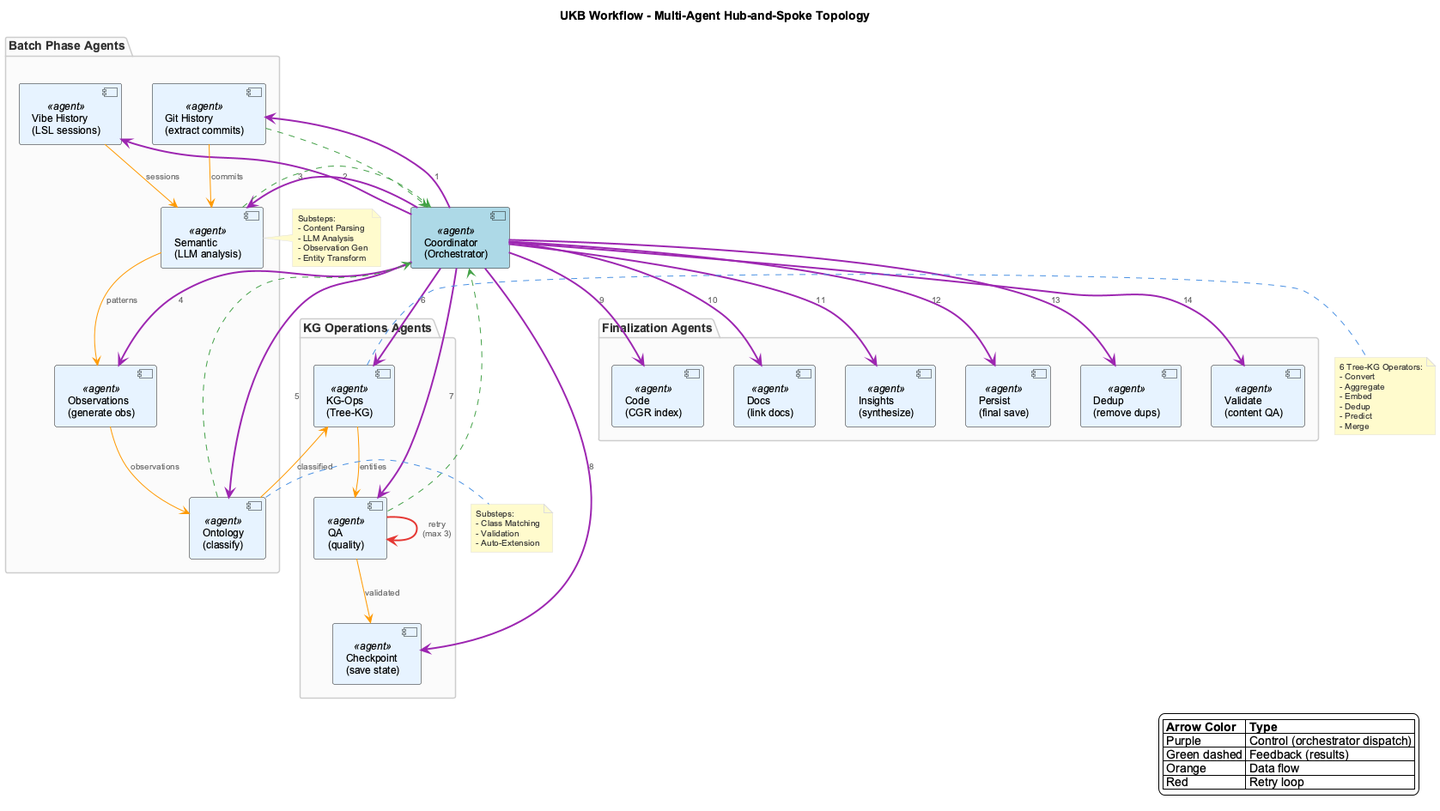
Above: docs/images/ukb-workflow-multi-agent-topology.png in fwornle/coding (PlantUML), before the change.
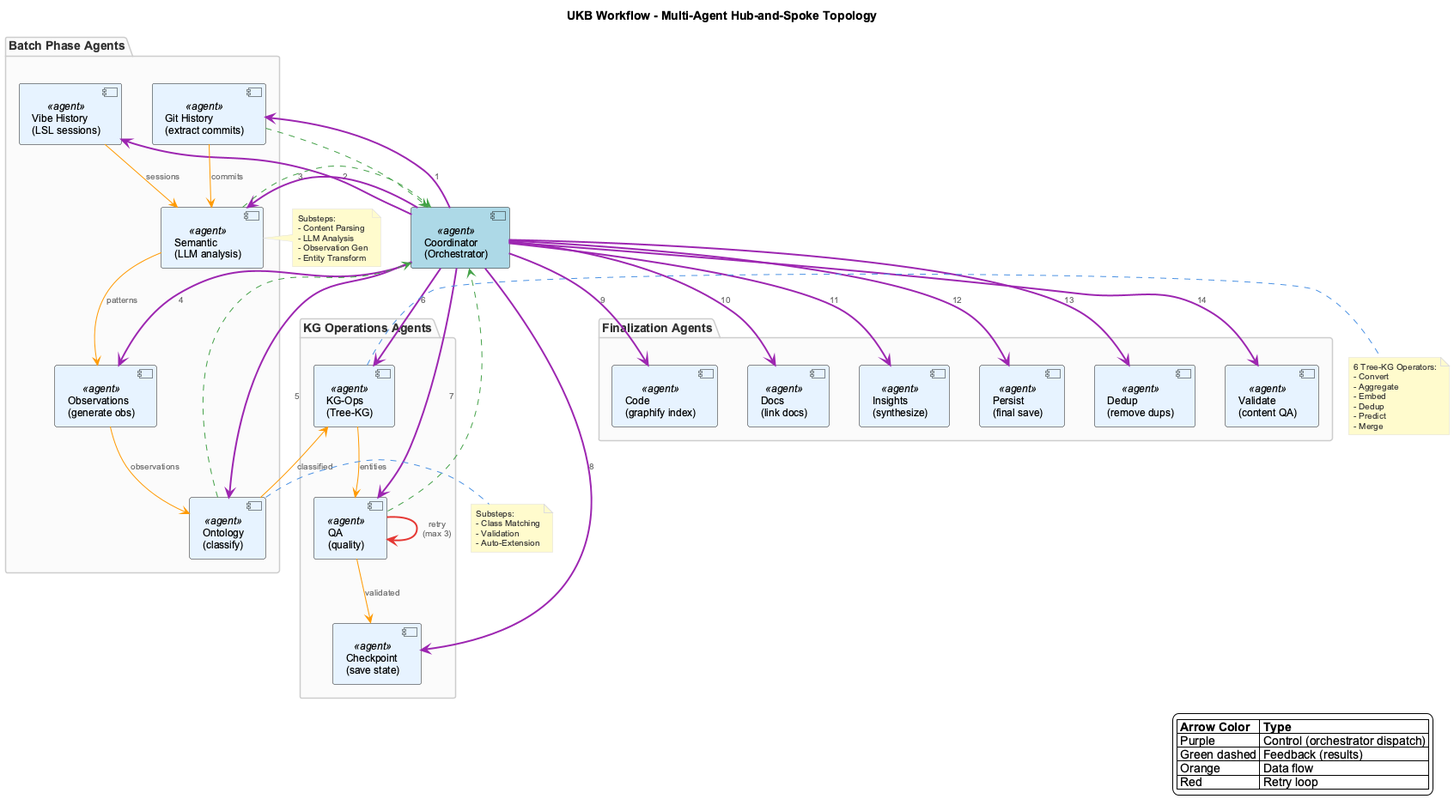
Above is the later version.

The edit, as a diff of the source:
```diff
@@ -21,7 +21,7 @@
 }
 
 package "Finalization Agents" {
-  component "Code\n(CGR index)" as code <<agent>>
+  component "Code\n(graphify index)" as code <<agent>>
   component "Docs\n(link docs)" as docs <<agent>>
   component "Insights\n(synthesize)" as insights <<agent>>
   component "Persist\n(final save)" as persist <<agent>>
```
